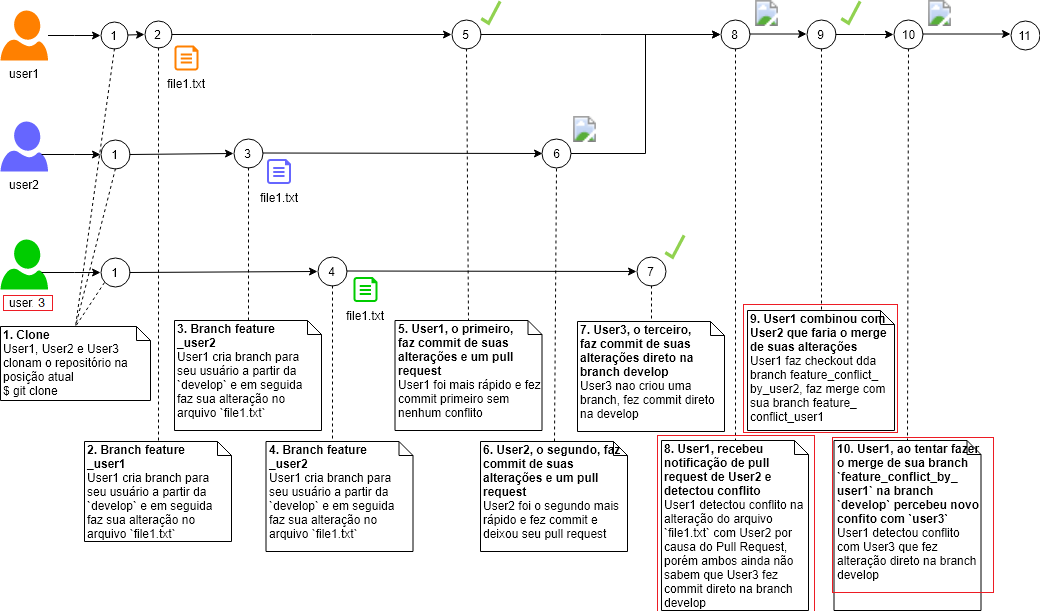
josemarsilva/eval-git keeps this draw.io diagram as doc/GitTimeline-ExampleMergeConflict-01.png. Above is the earlier version. Source tidied: cells renumbered, new cells last; positions are measured from the earlier drawing's top-left corner, leaving out a move shared by most shapes.
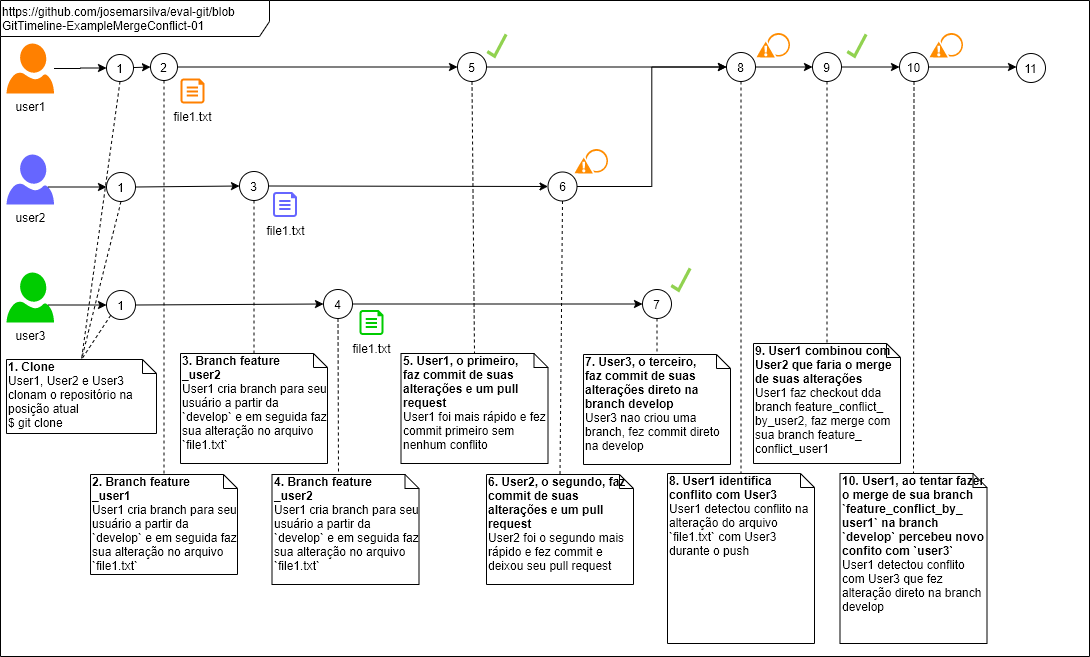
Above is the later version.

Commit message:
doc/GitTimeline-ExampleMergeConflict-01

What changed in the source:
```diff
@@ -2,6 +2,9 @@
   <root>
     <mxCell id="0" />
     <mxCell id="1" parent="0" />
+    <mxCell id="63" value="https://github.com/josemarsilva/eval-git/blob&lt;br&gt;GitTimeline-ExampleMergeConflict-01" style="shape=umlFrame;whiteSpace=wrap;html=1;fontSize=12;align=left;width=269;height=36;" parent="1" vertex="1">
+      <mxGeometry x="-6" y="-33" width="1089" height="656" as="geometry" />
+    </mxCell>
     <mxCell id="2" value="&lt;b&gt;2. Branch feature&lt;br&gt;_user1&lt;br&gt;&lt;/b&gt;User1 cria branch para seu usuário a partir da `develop` e em seguida faz sua alteração no arquivo `file1.txt`&amp;nbsp;&lt;br&gt;" style="shape=note;whiteSpace=wrap;html=1;size=14;verticalAlign=top;align=left;spacingTop=-6;fillColor=none;" parent="1" vertex="1">
       <mxGeometry x="84" y="441" width="147" height="100" as="geometry" />
     </mxCell>
@@ -68,7 +71,7 @@
     <mxCell id="23" value="file1.txt&lt;br&gt;" style="verticalLabelPosition=bottom;html=1;verticalAlign=top;align=center;strokeColor=none;fillColor=#6666FF;shape=mxgraph.azure.cloud_services_configuration_file;" parent="1" vertex="1">
       <mxGeometry x="266.5" y="158.5" width="24" height="25" as="geometry" />
     </mxCell>
-    <mxCell id="24" value="user2&lt;br&gt;" style="verticalLabelPosition=bottom;html=1;verticalAlign=top;align=center;strokeColor=none;fillColor=#00CC00;shape=mxgraph.azure.user;" parent="1" vertex="1">
+    <mxCell id="24" value="user3" style="verticalLabelPosition=bottom;html=1;verticalAlign=top;align=center;strokeColor=none;fillColor=#00CC00;shape=mxgraph.azure.user;" parent="1" vertex="1">
       <mxGeometry y="239" width="47.5" height="50" as="geometry" />
     </mxCell>
     <mxCell id="25" style="edgeStyle=orthogonalEdgeStyle;rounded=0;jettySize=auto;html=1;exitX=0.87;exitY=0.65;exitDx=0;exitDy=0;exitPerimeter=0;" parent="1" edge="1" source="24" target="26">
@@ -143,7 +146,7 @@
     <mxCell id="48" value="8" style="ellipse;whiteSpace=wrap;html=1;fillColor=none;" parent="1" vertex="1">
       <mxGeometry x="720" y="19" width="29" height="29" as="geometry" />
     </mxCell>
-    <mxCell id="49" value="&lt;b&gt;8. User1, recebeu notificação de pull request de User2 e detectou conflito&lt;br&gt;&lt;/b&gt;User1 detectou conflito na alteração do arquivo `file1.txt` com User2 por causa do Pull Request, porém ambos ainda não sabem que User3 fez commit direto na branch develop&lt;br&gt;" style="shape=note;whiteSpace=wrap;html=1;size=14;verticalAlign=top;align=left;spacingTop=-6;fillColor=none;" parent="1" vertex="1">
+    <mxCell id="49" value="&lt;b&gt;8. User1 identifica conflito com User3&lt;br&gt;&lt;/b&gt;User1 detectou conflito na alteração do arquivo `file1.txt` com User3 durante o push" style="shape=note;whiteSpace=wrap;html=1;size=14;verticalAlign=top;align=left;spacingTop=-6;fillColor=none;" parent="1" vertex="1">
       <mxGeometry x="661" y="440" width="147" height="170" as="geometry" />
     </mxCell>
     <mxCell id="50" style="rounded=0;jettySize=auto;html=1;entryX=0.5;entryY=0;entryDx=0;entryDy=0;entryPerimeter=0;dashed=1;endArrow=none;endFill=0;exitX=0.5;exitY=1;exitDx=0;exitDy=0;" parent="1" edge="1" source="48" target="49">
```
